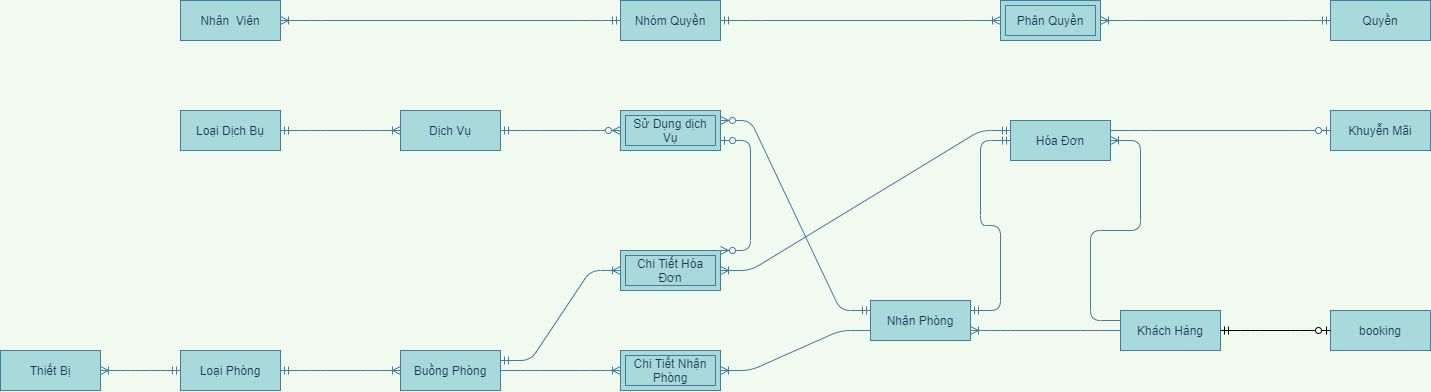
maialino123/QLKS keeps this draw.io diagram as EntityRelationship-QLKS.png. Above is the earlier version. Source tidied: cells renumbered, new cells last; positions are measured from the earlier drawing's top-left corner, leaving out a move shared by most shapes.
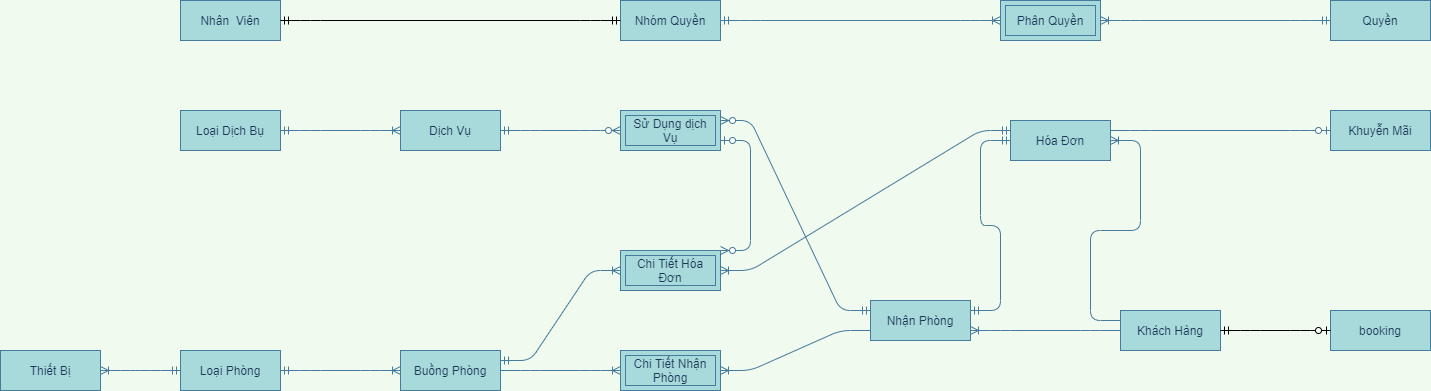
The same diagram one commit later.

Change to the diagram source:
```diff
@@ -104,8 +104,8 @@
     <mxCell id="35" style="edgeStyle=entityRelationEdgeStyle;fontSize=12;html=1;endArrow=ERzeroToOne;startArrow=ERmandOne;exitX=1;exitY=0.5;exitDx=0;exitDy=0;" parent="1" edge="1" source="32" target="34">
       <mxGeometry relative="1" as="geometry" />
     </mxCell>
-    <mxCell id="36" style="edgeStyle=entityRelationEdgeStyle;fontSize=12;html=1;endArrow=ERoneToMany;startArrow=ERmandOne;labelBackgroundColor=#F1FAEE;strokeColor=#457B9D;fontColor=#1D3557;exitX=0;exitY=0.5;exitDx=0;exitDy=0;entryX=1;entryY=0.5;entryDx=0;entryDy=0;" parent="1" edge="1" source="22" target="24">
-      <mxGeometry relative="1" as="geometry" />
-    </mxCell>
+    <mxCell id="37" style="edgeStyle=entityRelationEdgeStyle;fontSize=12;html=1;endArrow=ERmandOne;startArrow=ERmandOne;exitX=1;exitY=0.5;exitDx=0;exitDy=0;entryX=0;entryY=0.5;entryDx=0;entryDy=0;" parent="1" edge="1" source="24" target="22">
+      <mxGeometry relative="1" as="geometry" />
+    </mxCell>
   </root>
 </mxGraphModel>
```
